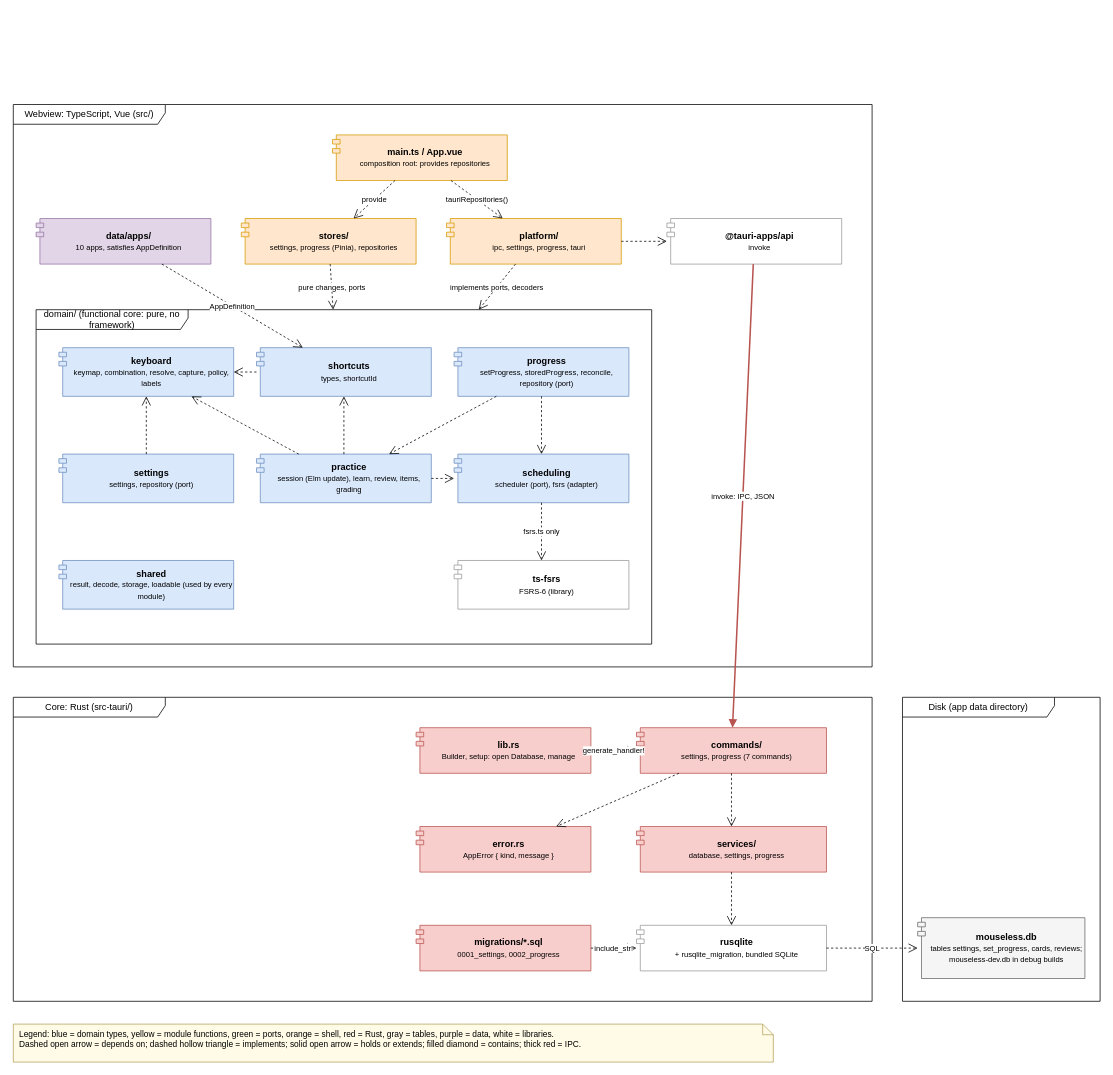
Earlier version of the draw.io diagram page "Components" (1 of 10) of docs/uml.drawio (r0binius/mathe2-trainer). Source tidied: cells renumbered, new cells numbered last; positions are measured from the earlier drawing's top-left corner, leaving out a move shared by most shapes. Both pictures are drawn from the tidied source at 76%, with x=0, y=0 at pixel (13, 104).
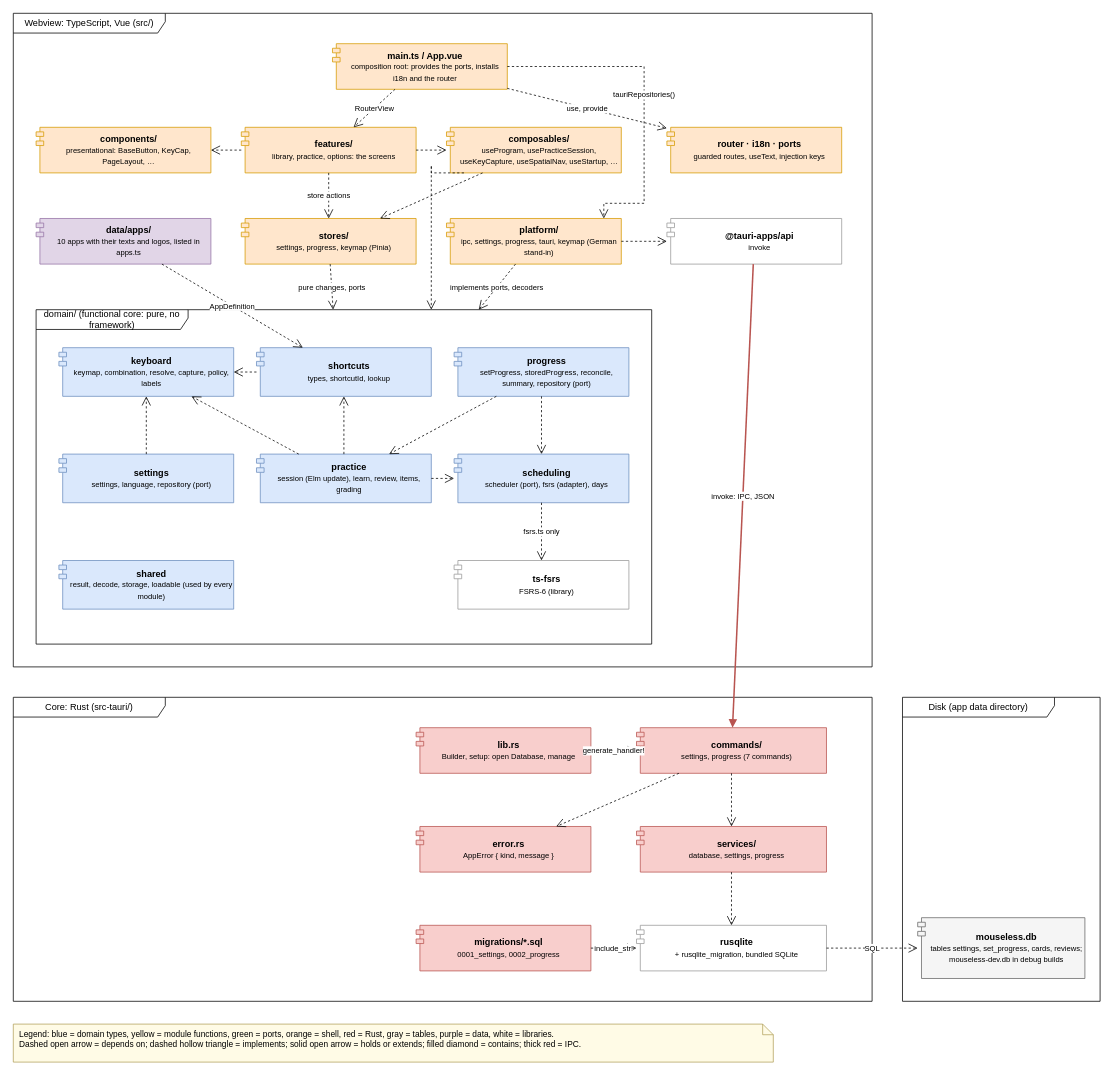
Above is the later version.

What changed in the source:
```diff
@@
     <mxCell id="2" value="Webview: TypeScript, Vue (src/)" style="shape=umlFrame;whiteSpace=wrap;html=1;width=200;height=26;fillColor=none;" parent="1" vertex="1">
-      <mxGeometry width="1130" height="740" as="geometry" />
+      <mxGeometry y="-120" width="1130" height="860" as="geometry" />
     </mxCell>
@@
-    <mxCell id="5" value="&lt;b&gt;main.ts / App.vue&lt;/b&gt;&lt;br&gt;&lt;font style=&quot;font-size:10px&quot;&gt;composition root: provides repositories&lt;/font&gt;" style="rounded=0;whiteSpace=wrap;html=1;fillColor=#ffe6cc;strokeColor=#d79b00;shape=module;jettyWidth=10;jettyHeight=6;align=center;spacingLeft=14;" parent="2" vertex="1">
+    <mxCell id="5" value="&lt;b&gt;main.ts / App.vue&lt;/b&gt;&lt;br&gt;&lt;font style=&quot;font-size:10px&quot;&gt;composition root: provides the ports, installs i18n and the router&lt;/font&gt;" style="rounded=0;whiteSpace=wrap;html=1;fillColor=#ffe6cc;strokeColor=#d79b00;shape=module;jettyWidth=10;jettyHeight=6;align=center;spacingLeft=14;" parent="2" vertex="1">
       <mxGeometry x="420" y="40" width="230" height="60" as="geometry" />
     </mxCell>
-    <mxCell id="6" value="&lt;b&gt;data/apps/&lt;/b&gt;&lt;br&gt;&lt;font style=&quot;font-size:10px&quot;&gt;10 apps, satisfies AppDefinition&lt;/font&gt;" style="rounded=0;whiteSpace=wrap;html=1;fillColor=#e1d5e7;strokeColor=#9673a6;shape=module;jettyWidth=10;jettyHeight=6;align=center;spacingLeft=14;" parent="2" vertex="1">
-      <mxGeometry x="30" y="150" width="230" height="60" as="geometry" />
+    <mxCell id="6" value="&lt;b&gt;data/apps/&lt;/b&gt;&lt;br&gt;&lt;font style=&quot;font-size:10px&quot;&gt;10 apps with their texts and logos, listed in apps.ts&lt;/font&gt;" style="rounded=0;whiteSpace=wrap;html=1;fillColor=#e1d5e7;strokeColor=#9673a6;shape=module;jettyWidth=10;jettyHeight=6;align=center;spacingLeft=14;" parent="2" vertex="1">
+      <mxGeometry x="30" y="270" width="230" height="60" as="geometry" />
     </mxCell>
-    <mxCell id="7" value="&lt;b&gt;stores/&lt;/b&gt;&lt;br&gt;&lt;font style=&quot;font-size:10px&quot;&gt;settings, progress (Pinia), repositories&lt;/font&gt;" style="rounded=0;whiteSpace=wrap;html=1;fillColor=#ffe6cc;strokeColor=#d79b00;shape=module;jettyWidth=10;jettyHeight=6;align=center;spacingLeft=14;" parent="2" vertex="1">
-      <mxGeometry x="300" y="150" width="230" height="60" as="geometry" />
+    <mxCell id="7" value="&lt;b&gt;stores/&lt;/b&gt;&lt;br&gt;&lt;font style=&quot;font-size:10px&quot;&gt;settings, progress, keymap (Pinia)&lt;/font&gt;" style="rounded=0;whiteSpace=wrap;html=1;fillColor=#ffe6cc;strokeColor=#d79b00;shape=module;jettyWidth=10;jettyHeight=6;align=center;spacingLeft=14;" parent="2" vertex="1">
+      <mxGeometry x="300" y="270" width="230" height="60" as="geometry" />
     </mxCell>
-    <mxCell id="8" value="&lt;b&gt;platform/&lt;/b&gt;&lt;br&gt;&lt;font style=&quot;font-size:10px&quot;&gt;ipc, settings, progress, tauri&lt;/font&gt;" style="rounded=0;whiteSpace=wrap;html=1;fillColor=#ffe6cc;strokeColor=#d79b00;shape=module;jettyWidth=10;jettyHeight=6;align=center;spacingLeft=14;" parent="2" vertex="1">
-      <mxGeometry x="570" y="150" width="230" height="60" as="geometry" />
+    <mxCell id="8" value="&lt;b&gt;platform/&lt;/b&gt;&lt;br&gt;&lt;font style=&quot;font-size:10px&quot;&gt;ipc, settings, progress, tauri, keymap (German stand-in)&lt;/font&gt;" style="rounded=0;whiteSpace=wrap;html=1;fillColor=#ffe6cc;strokeColor=#d79b00;shape=module;jettyWidth=10;jettyHeight=6;align=center;spacingLeft=14;" parent="2" vertex="1">
+      <mxGeometry x="570" y="270" width="230" height="60" as="geometry" />
     </mxCell>
     <mxCell id="9" value="&lt;b&gt;@tauri-apps/api&lt;/b&gt;&lt;br&gt;&lt;font style=&quot;font-size:10px&quot;&gt;invoke&lt;/font&gt;" style="rounded=0;whiteSpace=wrap;html=1;fillColor=#ffffff;strokeColor=#999999;shape=module;jettyWidth=10;jettyHeight=6;align=center;spacingLeft=14;" parent="2" vertex="1">
-      <mxGeometry x="860" y="150" width="230" height="60" as="geometry" />
+      <mxGeometry x="860" y="270" width="230" height="60" as="geometry" />
     </mxCell>
     <mxCell id="10" value="domain/ (functional core: pure, no framework)" style="shape=umlFrame;whiteSpace=wrap;html=1;width=200;height=26;fillColor=none;" parent="2" vertex="1">
-      <mxGeometry x="30" y="270" width="810" height="440" as="geometry" />
+      <mxGeometry x="30" y="390" width="810" height="440" as="geometry" />
     </mxCell>
@@
-    <mxCell id="12" value="&lt;b&gt;shortcuts&lt;/b&gt;&lt;br&gt;&lt;font style=&quot;font-size:10px&quot;&gt;types, shortcutId&lt;/font&gt;" style="rounded=0;whiteSpace=wrap;html=1;fillColor=#dae8fc;strokeColor=#6c8ebf;shape=module;jettyWidth=10;jettyHeight=6;align=center;spacingLeft=14;" parent="10" vertex="1">
+    <mxCell id="12" value="&lt;b&gt;shortcuts&lt;/b&gt;&lt;br&gt;&lt;font style=&quot;font-size:10px&quot;&gt;types, shortcutId, lookup&lt;/font&gt;" style="rounded=0;whiteSpace=wrap;html=1;fillColor=#dae8fc;strokeColor=#6c8ebf;shape=module;jettyWidth=10;jettyHeight=6;align=center;spacingLeft=14;" parent="10" vertex="1">
       <mxGeometry x="290" y="50" width="230" height="64" as="geometry" />
     </mxCell>
-    <mxCell id="13" value="&lt;b&gt;progress&lt;/b&gt;&lt;br&gt;&lt;font style=&quot;font-size:10px&quot;&gt;setProgress, storedProgress, reconcile, repository (port)&lt;/font&gt;" style="rounded=0;whiteSpace=wrap;html=1;fillColor=#dae8fc;strokeColor=#6c8ebf;shape=module;jettyWidth=10;jettyHeight=6;align=center;spacingLeft=14;" parent="10" vertex="1">
+    <mxCell id="13" value="&lt;b&gt;progress&lt;/b&gt;&lt;br&gt;&lt;font style=&quot;font-size:10px&quot;&gt;setProgress, storedProgress, reconcile, summary, repository (port)&lt;/font&gt;" style="rounded=0;whiteSpace=wrap;html=1;fillColor=#dae8fc;strokeColor=#6c8ebf;shape=module;jettyWidth=10;jettyHeight=6;align=center;spacingLeft=14;" parent="10" vertex="1">
       <mxGeometry x="550" y="50" width="230" height="64" as="geometry" />
     </mxCell>
-    <mxCell id="14" value="&lt;b&gt;settings&lt;/b&gt;&lt;br&gt;&lt;font style=&quot;font-size:10px&quot;&gt;settings, repository (port)&lt;/font&gt;" style="rounded=0;whiteSpace=wrap;html=1;fillColor=#dae8fc;strokeColor=#6c8ebf;shape=module;jettyWidth=10;jettyHeight=6;align=center;spacingLeft=14;" parent="10" vertex="1">
+    <mxCell id="14" value="&lt;b&gt;settings&lt;/b&gt;&lt;br&gt;&lt;font style=&quot;font-size:10px&quot;&gt;settings, language, repository (port)&lt;/font&gt;" style="rounded=0;whiteSpace=wrap;html=1;fillColor=#dae8fc;strokeColor=#6c8ebf;shape=module;jettyWidth=10;jettyHeight=6;align=center;spacingLeft=14;" parent="10" vertex="1">
       <mxGeometry x="30" y="190" width="230" height="64" as="geometry" />
     </mxCell>
@@
-    <mxCell id="16" value="&lt;b&gt;scheduling&lt;/b&gt;&lt;br&gt;&lt;font style=&quot;font-size:10px&quot;&gt;scheduler (port), fsrs (adapter)&lt;/font&gt;" style="rounded=0;whiteSpace=wrap;html=1;fillColor=#dae8fc;strokeColor=#6c8ebf;shape=module;jettyWidth=10;jettyHeight=6;align=center;spacingLeft=14;" parent="10" vertex="1">
+    <mxCell id="16" value="&lt;b&gt;scheduling&lt;/b&gt;&lt;br&gt;&lt;font style=&quot;font-size:10px&quot;&gt;scheduler (port), fsrs (adapter), days&lt;/font&gt;" style="rounded=0;whiteSpace=wrap;html=1;fillColor=#dae8fc;strokeColor=#6c8ebf;shape=module;jettyWidth=10;jettyHeight=6;align=center;spacingLeft=14;" parent="10" vertex="1">
       <mxGeometry x="550" y="190" width="230" height="64" as="geometry" />
     </mxCell>
@@
-    <mxCell id="26" value="provide" style="html=1;fontSize=10;labelBackgroundColor=#ffffff;endArrow=open;endSize=10;dashed=1;" parent="1" edge="1" source="5" target="7">
-      <mxGeometry relative="1" as="geometry" />
-    </mxCell>
-    <mxCell id="27" value="tauriRepositories()" style="html=1;fontSize=10;labelBackgroundColor=#ffffff;endArrow=open;endSize=10;dashed=1;" parent="1" edge="1" source="5" target="8">
-      <mxGeometry relative="1" as="geometry" />
+    <mxCell id="27" value="tauriRepositories()" style="html=1;fontSize=10;labelBackgroundColor=#ffffff;endArrow=open;endSize=10;dashed=1;edgeStyle=orthogonalEdgeStyle;rounded=0;exitX=1;exitY=0.5;entryX=0.9;entryY=0;" parent="1" edge="1" source="5" target="8">
+      <mxGeometry relative="1" as="geometry">
+        <Array as="points">
+          <mxPoint x="830" y="-50" />
+          <mxPoint x="830" y="130" />
+          <mxPoint x="777" y="130" />
+        </Array>
+      </mxGeometry>
     </mxCell>
@@
+    <mxCell id="48" value="&lt;b&gt;features/&lt;/b&gt;&lt;br&gt;&lt;font style=&quot;font-size:10px&quot;&gt;library, practice, options: the screens&lt;/font&gt;" style="rounded=0;whiteSpace=wrap;html=1;fillColor=#ffe6cc;strokeColor=#d79b00;shape=module;jettyWidth=10;jettyHeight=6;align=center;spacingLeft=14;" parent="2" vertex="1">
+      <mxGeometry x="300" y="150" width="230" height="60" as="geometry" />
+    </mxCell>
+    <mxCell id="49" value="&lt;b&gt;composables/&lt;/b&gt;&lt;br&gt;&lt;font style=&quot;font-size:10px&quot;&gt;useProgram, usePracticeSession, useKeyCapture, useSpatialNav, useStartup, …&lt;/font&gt;" style="rounded=0;whiteSpace=wrap;html=1;fillColor=#ffe6cc;strokeColor=#d79b00;shape=module;jettyWidth=10;jettyHeight=6;align=center;spacingLeft=14;" parent="2" vertex="1">
+      <mxGeometry x="570" y="150" width="230" height="60" as="geometry" />
+    </mxCell>
+    <mxCell id="50" value="&lt;b&gt;components/&lt;/b&gt;&lt;br&gt;&lt;font style=&quot;font-size:10px&quot;&gt;presentational: BaseButton, KeyCap, PageLayout, …&lt;/font&gt;" style="rounded=0;whiteSpace=wrap;html=1;fillColor=#ffe6cc;strokeColor=#d79b00;shape=module;jettyWidth=10;jettyHeight=6;align=center;spacingLeft=14;" parent="2" vertex="1">
+      <mxGeometry x="30" y="150" width="230" height="60" as="geometry" />
+    </mxCell>
+    <mxCell id="51" value="&lt;b&gt;router · i18n · ports&lt;/b&gt;&lt;br&gt;&lt;font style=&quot;font-size:10px&quot;&gt;guarded routes, useText, injection keys&lt;/font&gt;" style="rounded=0;whiteSpace=wrap;html=1;fillColor=#ffe6cc;strokeColor=#d79b00;shape=module;jettyWidth=10;jettyHeight=6;align=center;spacingLeft=14;" parent="2" vertex="1">
+      <mxGeometry x="860" y="150" width="230" height="60" as="geometry" />
+    </mxCell>
+    <mxCell id="52" value="use, provide" style="html=1;fontSize=10;labelBackgroundColor=#ffffff;endArrow=open;endSize=10;dashed=1;" parent="1" edge="1" source="5" target="51">
+      <mxGeometry relative="1" as="geometry" />
+    </mxCell>
+    <mxCell id="53" value="RouterView" style="html=1;fontSize=10;labelBackgroundColor=#ffffff;endArrow=open;endSize=10;dashed=1;" parent="1" edge="1" source="5" target="48">
+      <mxGeometry relative="1" as="geometry" />
+    </mxCell>
+    <mxCell id="54" style="html=1;fontSize=10;labelBackgroundColor=#ffffff;endArrow=open;endSize=10;dashed=1;" parent="1" edge="1" source="48" target="50">
+      <mxGeometry relative="1" as="geometry" />
+    </mxCell>
+    <mxCell id="55" style="html=1;fontSize=10;labelBackgroundColor=#ffffff;endArrow=open;endSize=10;dashed=1;" parent="1" edge="1" source="48" target="49">
+      <mxGeometry relative="1" as="geometry" />
+    </mxCell>
+    <mxCell id="56" value="store actions" style="html=1;fontSize=10;labelBackgroundColor=#ffffff;endArrow=open;endSize=10;dashed=1;" parent="1" edge="1" source="48" target="7">
+      <mxGeometry relative="1" as="geometry" />
+    </mxCell>
+    <mxCell id="57" style="html=1;fontSize=10;labelBackgroundColor=#ffffff;endArrow=open;endSize=10;dashed=1;edgeStyle=orthogonalEdgeStyle;rounded=0;exitX=0.1;exitY=1;" parent="1" edge="1" source="49" target="10">
+      <mxGeometry relative="1" as="geometry">
+        <Array as="points">
+          <mxPoint x="550" y="80" />
+          <mxPoint x="550" y="250" />
+        </Array>
+      </mxGeometry>
+    </mxCell>
+    <mxCell id="58" style="html=1;fontSize=10;labelBackgroundColor=#ffffff;endArrow=open;endSize=10;dashed=1;" parent="1" edge="1" source="49" target="7">
+      <mxGeometry relative="1" as="geometry" />
+    </mxCell>
```
